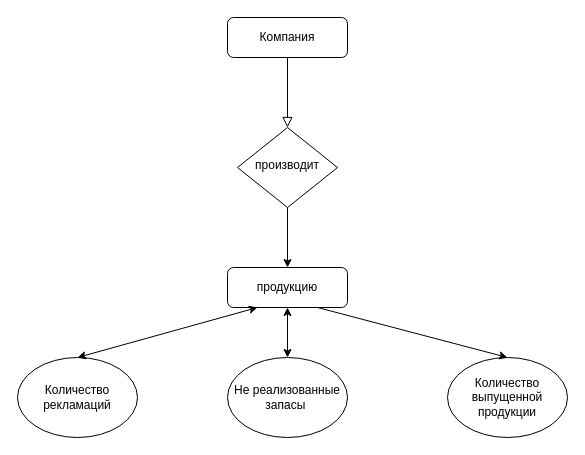
This is Диаграмма без названия.drawio from Sergei686/Portfolio, a draw.io file, before an edit. Source tidied: cells renumbered, new cells numbered last; positions are measured from the earlier drawing's top-left corner, leaving out a move shared by most shapes. Both pictures are drawn from the tidied source at 100%, with x=0, y=0 at pixel (17, 17).
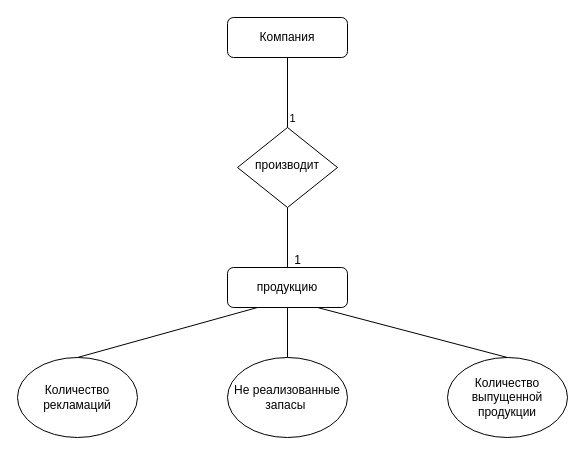
Above is the later version.

Diff of the diagram source:
```diff
@@
 <mxGraphModel>
   <root>
     <mxCell id="0" />
     <mxCell id="1" parent="0" />
-    <mxCell id="2" style="rounded=0;html=1;jettySize=auto;fontSize=11;endArrow=block;endFill=0;endSize=8;strokeWidth=1;shadow=0;labelBackgroundColor=none;edgeStyle=orthogonalEdgeStyle;" parent="1" edge="1" source="3" target="4">
-      <mxGeometry relative="1" as="geometry" />
-    </mxCell>
     <mxCell id="3" value="Компания" style="rounded=1;whiteSpace=wrap;html=1;fontSize=12;glass=0;strokeWidth=1;shadow=0;" parent="1" vertex="1">
       <mxGeometry x="210" width="120" height="40" as="geometry" />
     </mxCell>
     <mxCell id="4" value="производит" style="rhombus;whiteSpace=wrap;html=1;shadow=0;fontFamily=Helvetica;fontSize=12;align=center;strokeWidth=1;spacing=6;spacingTop=-4;" parent="1" vertex="1">
       <mxGeometry x="220" y="110" width="100" height="80" as="geometry" />
     </mxCell>
     <mxCell id="5" value="продукцию" style="rounded=1;whiteSpace=wrap;html=1;fontSize=12;glass=0;strokeWidth=1;shadow=0;" parent="1" vertex="1">
       <mxGeometry x="210" y="250" width="120" height="40" as="geometry" />
     </mxCell>
     <mxCell id="6" value="Количество рекламаций" style="ellipse;whiteSpace=wrap;html=1;" parent="1" vertex="1">
       <mxGeometry y="340" width="120" height="80" as="geometry" />
     </mxCell>
     <mxCell id="7" value="Не реализованные запасы&amp;nbsp;" style="ellipse;whiteSpace=wrap;html=1;" parent="1" vertex="1">
       <mxGeometry x="210" y="340" width="120" height="80" as="geometry" />
     </mxCell>
-    <mxCell id="8" style="endArrow=classic;html=1;rounded=0;exitX=0.5;exitY=1;exitDx=0;exitDy=0;entryX=0.5;entryY=0;entryDx=0;entryDy=0;" parent="1" edge="1" source="4" target="5">
-      <mxGeometry relative="1" as="geometry" />
-    </mxCell>
+    <mxCell id="11" value="Количество выпущенной продукции" style="ellipse;whiteSpace=wrap;html=1;" parent="1" vertex="1">
+      <mxGeometry x="430" y="340" width="120" height="80" as="geometry" />
+    </mxCell>
+    <mxCell id="13" style="endArrow=none;html=1;rounded=0;entryX=0.5;entryY=1;entryDx=0;entryDy=0;exitX=0.5;exitY=0;exitDx=0;exitDy=0;" parent="1" edge="1" source="4" target="3">
+      <mxGeometry relative="1" as="geometry" />
+    </mxCell>
+    <mxCell id="14" value="1" style="edgeLabel;html=1;align=center;verticalAlign=middle;" parent="13" vertex="1">
+      <mxGeometry x="0.63" y="-4" relative="1" as="geometry">
+        <mxPoint y="47" as="offset" />
+      </mxGeometry>
+    </mxCell>
-    <mxCell id="9" style="endArrow=classic;startArrow=classic;html=1;rounded=0;exitX=0.5;exitY=0;exitDx=0;exitDy=0;entryX=0.5;entryY=1;entryDx=0;entryDy=0;" parent="1" edge="1" source="7" target="5">
+    <mxCell id="9" style="endArrow=none;html=1;rounded=0;exitX=0.5;exitY=0;exitDx=0;exitDy=0;entryX=0.5;entryY=1;entryDx=0;entryDy=0;" parent="1" edge="1" source="7" target="5">
       <mxGeometry relative="1" as="geometry" />
     </mxCell>
-    <mxCell id="10" style="endArrow=classic;startArrow=classic;html=1;rounded=0;exitX=0.5;exitY=0;exitDx=0;exitDy=0;entryX=0.25;entryY=1;entryDx=0;entryDy=0;" parent="1" edge="1" source="6" target="5">
+    <mxCell id="10" style="endArrow=none;html=1;rounded=0;exitX=0.5;exitY=0;exitDx=0;exitDy=0;entryX=0.25;entryY=1;entryDx=0;entryDy=0;" parent="1" edge="1" source="6" target="5">
       <mxGeometry relative="1" as="geometry" />
     </mxCell>
-    <mxCell id="11" value="Количество выпущенной продукции" style="ellipse;whiteSpace=wrap;html=1;" parent="1" vertex="1">
-      <mxGeometry x="430" y="340" width="120" height="80" as="geometry" />
-    </mxCell>
-    <mxCell id="12" style="endArrow=classic;html=1;rounded=0;entryX=0.5;entryY=0;entryDx=0;entryDy=0;exitX=0.75;exitY=1;exitDx=0;exitDy=0;" parent="1" edge="1" source="5" target="11">
-      <mxGeometry relative="1" as="geometry" />
-    </mxCell>
+    <mxCell id="15" style="endArrow=none;html=1;rounded=0;exitX=0.5;exitY=0;exitDx=0;exitDy=0;entryX=0.75;entryY=1;entryDx=0;entryDy=0;" parent="1" edge="1" source="11" target="5">
+      <mxGeometry relative="1" as="geometry" />
+    </mxCell>
+    <mxCell id="16" style="endArrow=none;html=1;rounded=0;exitX=0.5;exitY=0;exitDx=0;exitDy=0;entryX=0.5;entryY=1;entryDx=0;entryDy=0;" parent="1" edge="1" source="5" target="4">
+      <mxGeometry relative="1" as="geometry" />
+    </mxCell>
+    <mxCell id="17" value="1" style="text;html=1;align=center;verticalAlign=middle;strokeColor=none;fillColor=none;" parent="1" vertex="1">
+      <mxGeometry x="265" y="228" width="30" height="30" as="geometry" />
+    </mxCell>
   </root>
 </mxGraphModel>
```
